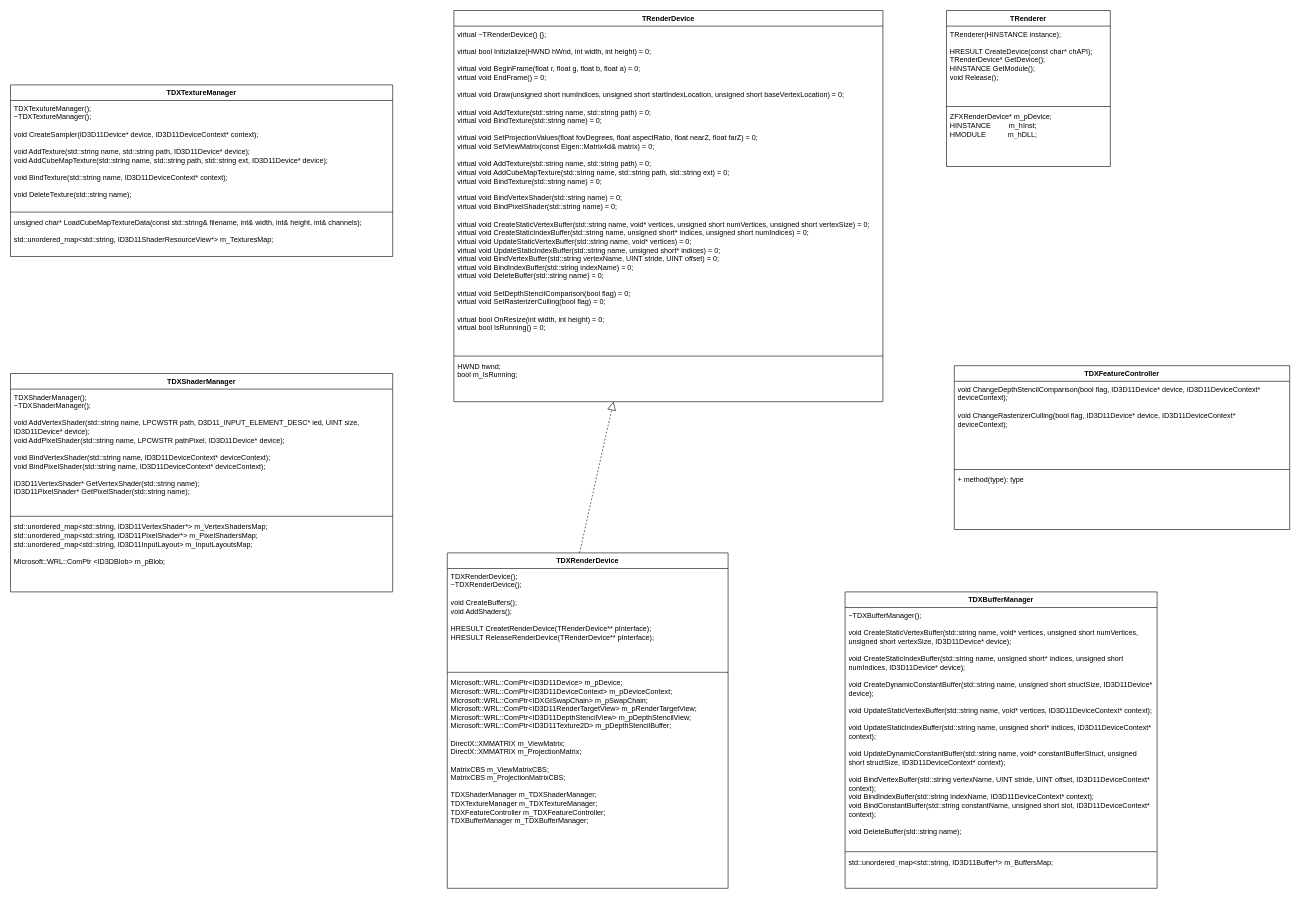
The draw.io diagram UML/TRenderer.drawio in f1oating/TRender, before the edit. Source tidied: cells renumbered, new cells numbered last; positions are measured from the earlier drawing's top-left corner, leaving out a move shared by most shapes. Both pictures are drawn from the tidied source at 60%, with x=0, y=0 at pixel (10, 10).
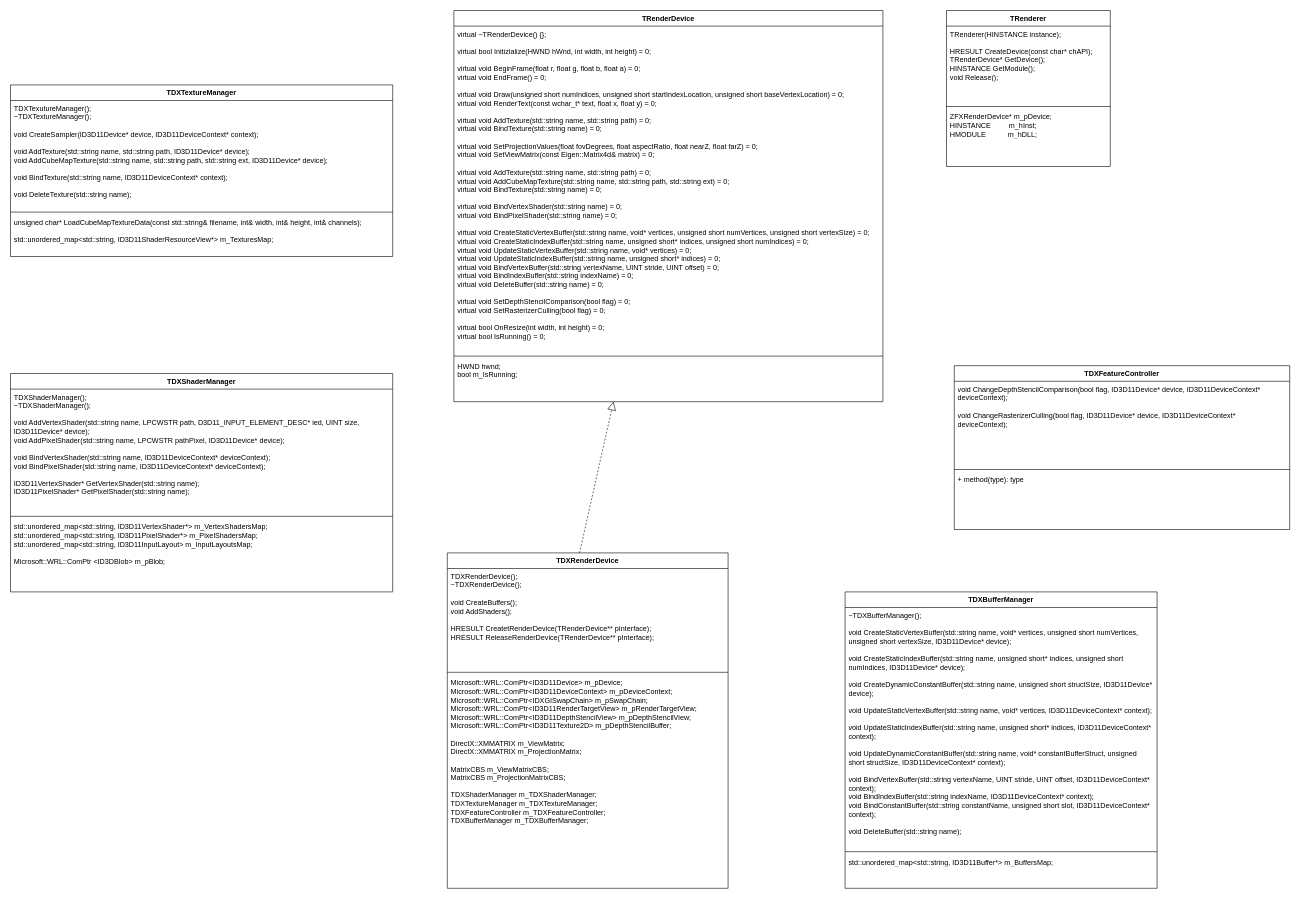
After the change.

The change refers to these unchanged cells:
```xml
<mxCell id="2" value="TRenderDevice" style="swimlane;fontStyle=1;align=center;verticalAlign=top;horizontal=1;startSize=26;whiteSpace=wrap;html=1;" parent="1" vertex="1">
  <mxGeometry x="739" width="715" height="652" as="geometry" />
</mxCell>
```

What changed in the source:
```diff
@@
-    <mxCell id="3" value="&lt;div&gt;virtual ~TRenderDevice() {};&lt;br&gt;&lt;/div&gt;&lt;div&gt;&lt;br&gt;&lt;/div&gt;&lt;div&gt;virtual bool Initizialize(HWND hWnd, int width, int height) = 0;&lt;/div&gt;&lt;div&gt;&lt;br&gt;&lt;/div&gt;&lt;div&gt;virtual void BeginFrame(float r, float g, float b, float a) = 0;&lt;/div&gt;&lt;div&gt;virtual void EndFrame() = 0;&lt;/div&gt;&lt;div&gt;&lt;br&gt;&lt;/div&gt;&lt;div&gt;virtual void Draw(unsigned short numIndices, unsigned short startIndexLocation, unsigned short baseVertexLocation) = 0;&lt;br&gt;&lt;/div&gt;&lt;div&gt;&lt;br&gt;&lt;/div&gt;&lt;div&gt;virtual void AddTexture(std::string name, std::string path) = 0;&lt;br&gt;virtual void BindTexture(std::string name) = 0;&lt;br&gt;&lt;/div&gt;&lt;div&gt;&lt;br&gt;&lt;/div&gt;virtual void SetProjectionValues(float fovDegrees, float aspectRatio, float nearZ, float farZ) = 0;&lt;br&gt;virtual void SetViewMatrix(const Eigen::Matrix4d&amp;amp; matrix) = 0;&lt;br&gt;&lt;div&gt;&lt;br&gt;&lt;/div&gt;&lt;div&gt;virtual void AddTexture(std::string name, std::string path) = 0;&lt;/div&gt;&lt;div&gt;virtual void AddCubeMapTexture(std::string name, std::string path, std::string ext) = 0;&lt;br&gt;&lt;/div&gt;&lt;div&gt;virtual void BindTexture(std::string name) = 0;&lt;/div&gt;&lt;div&gt;&lt;br&gt;&lt;/div&gt;&lt;div&gt;virtual void BindVertexShader(std::string name) = 0;&lt;br&gt;virtual void BindPixelShader(std::string name) = 0;&lt;/div&gt;&lt;div&gt;&lt;br&gt;&lt;/div&gt;&lt;div&gt;virtual void CreateStaticVertexBuffer(std::string name, void* vertices, unsigned short numVertices, unsigned short vertexSize) = 0;&lt;br&gt;virtual void CreateStaticIndexBuffer(std::string name, unsigned short* indices, unsigned short numIndices) = 0;&lt;br&gt;virtual void UpdateStaticVertexBuffer(std::string name, void* vertices) = 0;&lt;br&gt;virtual void UpdateStaticIndexBuffer(std::string name, unsigned short* indices) = 0;&lt;br&gt;virtual void BindVertexBuffer(std::string vertexName, UINT stride, UINT offset) = 0;&lt;br&gt;virtual void BindIndexBuffer(std::string indexName) = 0;&lt;br&gt;virtual void DeleteBuffer(std::string name) = 0;&lt;br&gt;&lt;/div&gt;&lt;div&gt;&lt;br&gt;&lt;/div&gt;&lt;div&gt;virtual void SetDepthStencilComparison(bool flag) = 0;&lt;br&gt;virtual void SetRasterizerCulling(bool flag) = 0;&lt;br&gt;&lt;/div&gt;&lt;div&gt;&lt;br&gt;&lt;/div&gt;&lt;div&gt;virtual bool OnResize(int width, int height) = 0;&lt;/div&gt;&lt;div&gt;virtual bool IsRunning() = 0;&lt;br&gt;&lt;/div&gt;" style="text;strokeColor=none;fillColor=none;align=left;verticalAlign=top;spacingLeft=4;spacingRight=4;overflow=hidden;whiteSpace=wrap;html=1;" parent="2" vertex="1">
+    <mxCell id="3" value="&lt;div&gt;virtual ~TRenderDevice() {};&lt;br&gt;&lt;/div&gt;&lt;div&gt;&lt;br&gt;&lt;/div&gt;&lt;div&gt;virtual bool Initizialize(HWND hWnd, int width, int height) = 0;&lt;/div&gt;&lt;div&gt;&lt;br&gt;&lt;/div&gt;&lt;div&gt;virtual void BeginFrame(float r, float g, float b, float a) = 0;&lt;/div&gt;&lt;div&gt;virtual void EndFrame() = 0;&lt;/div&gt;&lt;div&gt;&lt;br&gt;&lt;/div&gt;&lt;div&gt;virtual void Draw(unsigned short numIndices, unsigned short startIndexLocation, unsigned short baseVertexLocation) = 0;&lt;/div&gt;&lt;div&gt;virtual void RenderText(const wchar_t* text, float x, float y) = 0;&lt;br&gt;&lt;/div&gt;&lt;div&gt;&lt;br&gt;&lt;/div&gt;&lt;div&gt;virtual void AddTexture(std::string name, std::string path) = 0;&lt;br&gt;virtual void BindTexture(std::string name) = 0;&lt;br&gt;&lt;/div&gt;&lt;div&gt;&lt;br&gt;&lt;/div&gt;virtual void SetProjectionValues(float fovDegrees, float aspectRatio, float nearZ, float farZ) = 0;&lt;br&gt;virtual void SetViewMatrix(const Eigen::Matrix4d&amp;amp; matrix) = 0;&lt;br&gt;&lt;div&gt;&lt;br&gt;&lt;/div&gt;&lt;div&gt;virtual void AddTexture(std::string name, std::string path) = 0;&lt;/div&gt;&lt;div&gt;virtual void AddCubeMapTexture(std::string name, std::string path, std::string ext) = 0;&lt;br&gt;&lt;/div&gt;&lt;div&gt;virtual void BindTexture(std::string name) = 0;&lt;/div&gt;&lt;div&gt;&lt;br&gt;&lt;/div&gt;&lt;div&gt;virtual void BindVertexShader(std::string name) = 0;&lt;br&gt;virtual void BindPixelShader(std::string name) = 0;&lt;/div&gt;&lt;div&gt;&lt;br&gt;&lt;/div&gt;&lt;div&gt;virtual void CreateStaticVertexBuffer(std::string name, void* vertices, unsigned short numVertices, unsigned short vertexSize) = 0;&lt;br&gt;virtual void CreateStaticIndexBuffer(std::string name, unsigned short* indices, unsigned short numIndices) = 0;&lt;br&gt;virtual void UpdateStaticVertexBuffer(std::string name, void* vertices) = 0;&lt;br&gt;virtual void UpdateStaticIndexBuffer(std::string name, unsigned short* indices) = 0;&lt;br&gt;virtual void BindVertexBuffer(std::string vertexName, UINT stride, UINT offset) = 0;&lt;br&gt;virtual void BindIndexBuffer(std::string indexName) = 0;&lt;br&gt;virtual void DeleteBuffer(std::string name) = 0;&lt;br&gt;&lt;/div&gt;&lt;div&gt;&lt;br&gt;&lt;/div&gt;&lt;div&gt;virtual void SetDepthStencilComparison(bool flag) = 0;&lt;br&gt;virtual void SetRasterizerCulling(bool flag) = 0;&lt;br&gt;&lt;/div&gt;&lt;div&gt;&lt;br&gt;&lt;/div&gt;&lt;div&gt;virtual bool OnResize(int width, int height) = 0;&lt;/div&gt;&lt;div&gt;virtual bool IsRunning() = 0;&lt;br&gt;&lt;/div&gt;" style="text;strokeColor=none;fillColor=none;align=left;verticalAlign=top;spacingLeft=4;spacingRight=4;overflow=hidden;whiteSpace=wrap;html=1;" parent="2" vertex="1">
       <mxGeometry y="26" width="715" height="546" as="geometry" />
     </mxCell>
```
